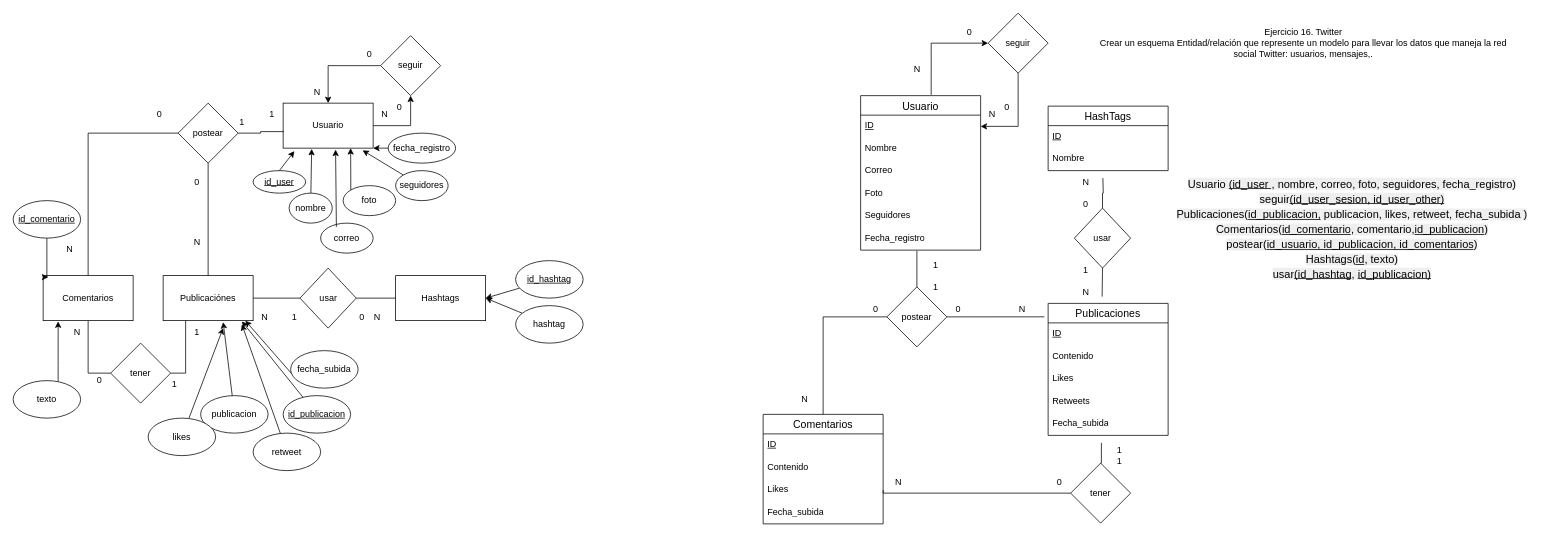
Earlier version of the draw.io diagram ej16.drawio (adriii28/amr-tsys-C3U12-11102023). Source tidied: cells renumbered, new cells numbered last; positions are measured from the earlier drawing's top-left corner, leaving out a move shared by most shapes. Both pictures are drawn from the tidied source at 75%, with x=0, y=0 at pixel (13, 13).
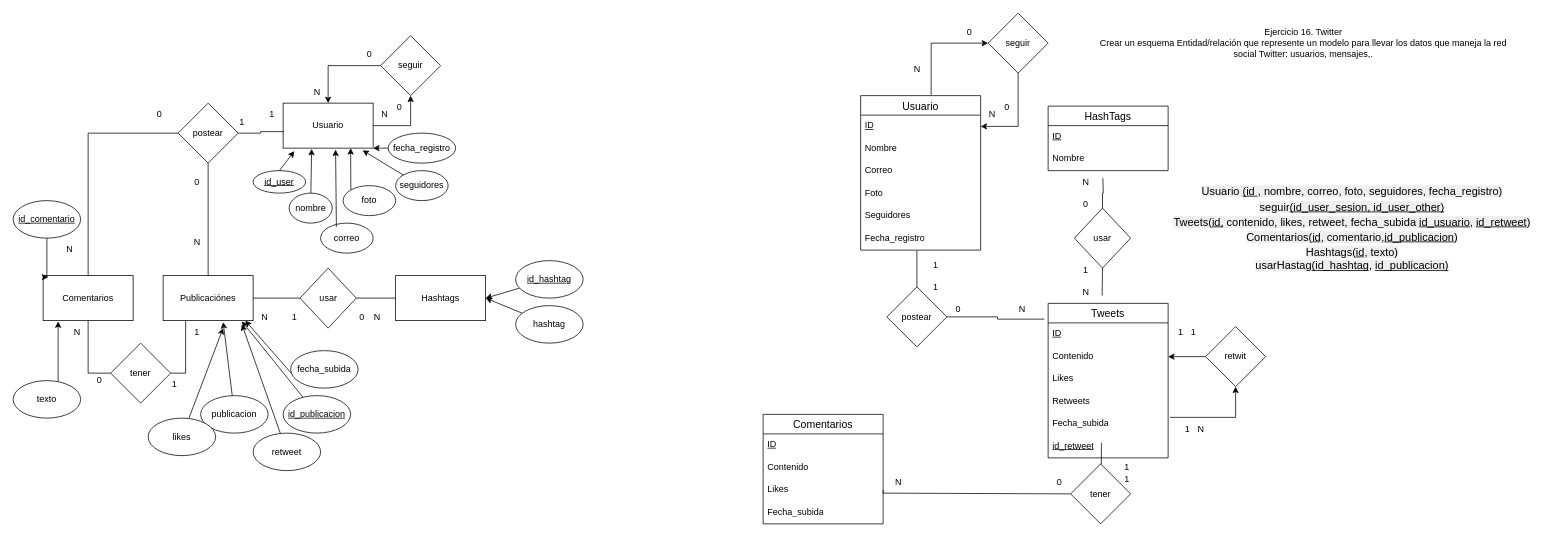
Above is the later version.

Unchanged cells that the change refers to:
```xml
<mxCell id="80" value="Contenido" style="text;strokeColor=none;fillColor=none;spacingLeft=4;spacingRight=4;overflow=hidden;points=[[0,0.5],[1,0.5]];portConstraint=eastwest;fontSize=12;whiteSpace=wrap;html=1;" parent="78" vertex="1">
  <mxGeometry y="56" width="160" height="30" as="geometry" />
</mxCell>
<mxCell id="83" value="Fecha_subida" style="text;strokeColor=none;fillColor=none;spacingLeft=4;spacingRight=4;overflow=hidden;points=[[0,0.5],[1,0.5]];portConstraint=eastwest;fontSize=12;whiteSpace=wrap;html=1;" parent="78" vertex="1">
  <mxGeometry y="146" width="160" height="30" as="geometry" />
</mxCell>
<mxCell id="84" value="Comentarios" style="swimlane;fontStyle=0;horizontal=1;startSize=26;align=center;fontSize=14;" parent="1" vertex="1">
  <mxGeometry x="1000" y="535" width="160" height="146" as="geometry" />
</mxCell>
<mxCell id="96" value="postear" style="rhombus;whiteSpace=wrap;html=1;" parent="1" vertex="1">
  <mxGeometry x="1165" y="365" width="80" height="80" as="geometry" />
</mxCell>
```

The edit, as a diff of the source:
```diff
@@
-    <mxCell id="78" value="Publicaciones" style="swimlane;fontStyle=0;horizontal=1;startSize=26;align=center;fontSize=14;" parent="1" vertex="1">
-      <mxGeometry x="1380" y="387" width="160" height="176" as="geometry" />
+    <mxCell id="78" value="Tweets" style="swimlane;fontStyle=0;horizontal=1;startSize=26;align=center;fontSize=14;" parent="1" vertex="1">
+      <mxGeometry x="1380" y="387" width="160" height="206" as="geometry" />
     </mxCell>
@@
+    <mxCell id="117" value="id_retweet" style="text;strokeColor=none;fillColor=none;spacingLeft=4;spacingRight=4;overflow=hidden;fontSize=12;whiteSpace=wrap;html=1;fontStyle=4;" parent="78" vertex="1">
+      <mxGeometry y="176" width="160" height="30" as="geometry" />
+    </mxCell>
@@
-    <mxCell id="95" style="edgeStyle=orthogonalEdgeStyle;rounded=0;jettySize=auto;html=1;entryX=0.5;entryY=0;entryDx=0;entryDy=0;endArrow=none;endFill=0;startArrow=none;startFill=0;" parent="1" edge="1" source="96" target="84">
-      <mxGeometry relative="1" as="geometry" />
-    </mxCell>
@@
-    <mxCell id="99" value="N" style="text;html=1;align=center;verticalAlign=middle;strokeColor=none;fillColor=none;" parent="1" vertex="1">
-      <mxGeometry x="1040" y="500" width="30" height="30" as="geometry" />
-    </mxCell>
@@
-    <mxCell id="101" value="0" style="text;html=1;align=center;verticalAlign=middle;strokeColor=none;fillColor=none;" parent="1" vertex="1">
-      <mxGeometry x="1135" y="380" width="30" height="30" as="geometry" />
-    </mxCell>
@@
     <mxCell id="103" value="tener" style="rhombus;whiteSpace=wrap;html=1;" parent="1" vertex="1">
-      <mxGeometry x="1410" y="600" width="80" height="80" as="geometry" />
+      <mxGeometry x="1410" y="601" width="80" height="80" as="geometry" />
     </mxCell>
@@
     <mxCell id="109" value="1&lt;br&gt;1" style="text;html=1;align=center;verticalAlign=middle;strokeColor=none;fillColor=none;" parent="1" vertex="1">
-      <mxGeometry x="1460" y="570" width="30" height="40" as="geometry" />
+      <mxGeometry x="1470" y="593" width="30" height="40" as="geometry" />
     </mxCell>
@@
-    <mxCell id="115" value="&lt;br id=&quot;docs-internal-guid-109eb377-7fff-d92d-d97a-817869d195b3&quot;&gt;&lt;p style=&quot;line-height:1.38;margin-top:0pt;margin-bottom:0pt;&quot; dir=&quot;ltr&quot;&gt;&lt;span style=&quot;font-size: 11pt; font-family: Arial, sans-serif; color: rgb(0, 0, 0); background-color: rgb(239, 239, 239); font-weight: 400; font-style: normal; font-variant: normal; text-decoration-skip-ink: none; vertical-align: baseline;&quot;&gt;Usuario &lt;/span&gt;&lt;span style=&quot;font-size: 11pt; font-family: Arial, sans-serif; color: rgb(0, 0, 0); background-color: rgb(239, 239, 239); font-weight: 400; font-style: normal; font-variant: normal; text-decoration: underline; text-decoration-skip-ink: none; vertical-align: baseline;&quot;&gt;(id_user &lt;/span&gt;&lt;span style=&quot;font-size: 11pt; font-family: Arial, sans-serif; color: rgb(0, 0, 0); background-color: rgb(239, 239, 239); font-weight: 400; font-style: normal; font-variant: normal; text-decoration: none; vertical-align: baseline;&quot;&gt;, nombre, correo, foto, seguidores, fecha_registro)&lt;/span&gt;&lt;/p&gt;&lt;p style=&quot;line-height:1.38;margin-top:0pt;margin-bottom:0pt;&quot; dir=&quot;ltr&quot;&gt;&lt;span style=&quot;font-size: 11pt; font-family: Arial, sans-serif; color: rgb(0, 0, 0); background-color: rgb(239, 239, 239); font-weight: 400; font-style: normal; font-variant: normal; text-decoration: none; vertical-align: baseline;&quot;&gt;seguir&lt;/span&gt;&lt;span style=&quot;font-size: 11pt; font-family: Arial, sans-serif; color: rgb(0, 0, 0); background-color: rgb(239, 239, 239); font-weight: 400; font-style: normal; font-variant: normal; text-decoration: underline; text-decoration-skip-ink: none; vertical-align: baseline;&quot;&gt;(id_user_sesion, id_user_other)&lt;/span&gt;&lt;/p&gt;&lt;p style=&quot;line-height:1.38;margin-top:0pt;margin-bottom:0pt;&quot; dir=&quot;ltr&quot;&gt;&lt;span style=&quot;font-size: 11pt; font-family: Arial, sans-serif; color: rgb(0, 0, 0); background-color: rgb(239, 239, 239); font-weight: 400; font-style: normal; font-variant: normal; text-decoration: none; vertical-align: baseline;&quot;&gt;Publicaciones(&lt;/span&gt;&lt;span style=&quot;font-size: 11pt; font-family: Arial, sans-serif; color: rgb(0, 0, 0); background-color: rgb(239, 239, 239); font-weight: 400; font-style: normal; font-variant: normal; text-decoration: underline; text-decoration-skip-ink: none; vertical-align: baseline;&quot;&gt;id_publicacion,&lt;/span&gt;&lt;span style=&quot;font-size: 11pt; font-family: Arial, sans-serif; color: rgb(0, 0, 0); background-color: rgb(239, 239, 239); font-weight: 400; font-style: normal; font-variant: normal; text-decoration: none; vertical-align: baseline;&quot;&gt; publicacion, likes, retweet, fecha_subida )&lt;/span&gt;&lt;/p&gt;&lt;p style=&quot;line-height:1.38;margin-top:0pt;margin-bottom:0pt;&quot; dir=&quot;ltr&quot;&gt;&lt;span style=&quot;font-size: 11pt; font-family: Arial, sans-serif; color: rgb(0, 0, 0); background-color: rgb(239, 239, 239); font-weight: 400; font-style: normal; font-variant: normal; text-decoration: none; vertical-align: baseline;&quot;&gt;Comentarios(&lt;/span&gt;&lt;span style=&quot;font-size: 11pt; font-family: Arial, sans-serif; color: rgb(0, 0, 0); background-color: rgb(239, 239, 239); font-weight: 400; font-style: normal; font-variant: normal; text-decoration: underline; text-decoration-skip-ink: none; vertical-align: baseline;&quot;&gt;id_comentario&lt;/span&gt;&lt;span style=&quot;font-size: 11pt; font-family: Arial, sans-serif; color: rgb(0, 0, 0); background-color: rgb(239, 239, 239); font-weight: 400; font-style: normal; font-variant: normal; text-decoration: none; vertical-align: baseline;&quot;&gt;, comentario,&lt;/span&gt;&lt;span style=&quot;font-size: 11pt; font-family: Arial, sans-serif; color: rgb(0, 0, 0); background-color: rgb(239, 239, 239); font-weight: 400; font-style: normal; font-variant: normal; text-decoration: underline; text-decoration-skip-ink: none; vertical-align: baseline;&quot;&gt;id_publicacion&lt;/span&gt;&lt;span style=&quot;font-size: 11pt; font-family: Arial, sans-serif; color: rgb(0, 0, 0); background-color: rgb(239, 239, 239); font-weight: 400; font-style: normal; font-variant: normal; text-decoration: none; vertical-align: baseline;&quot;&gt;)&lt;/span&gt;&lt;/p&gt;&lt;p style=&quot;line-height:1.38;margin-top:0pt;margin-bottom:0pt;&quot; dir=&quot;ltr&quot;&gt;&lt;span style=&quot;font-size: 11pt; font-family: Arial, sans-serif; color: rgb(0, 0, 0); background-color: rgb(239, 239, 239); font-weight: 400; font-style: normal; font-variant: normal; text-decoration: none; vertical-align: baseline;&quot;&gt;postear(&lt;/span&gt;&lt;span style=&quot;font-size: 11pt; font-family: Arial, sans-serif; color: rgb(0, 0, 0); background-color: rgb(239, 239, 239); font-weight: 400; font-style: normal; font-variant: normal; text-decoration: underline; text-decoration-skip-ink: none; vertical-align: baseline;&quot;&gt;id_usuario, id_publicacion, id_comentarios&lt;/span&gt;&lt;span style=&quot;font-size: 11pt; font-family: Arial, sans-serif; color: rgb(0, 0, 0); background-color: rgb(239, 239, 239); font-weight: 400; font-style: normal; font-variant: normal; text-decoration: none; vertical-align: baseline;&quot;&gt;)&lt;/span&gt;&lt;/p&gt;&lt;p style=&quot;line-height:1.38;margin-top:0pt;margin-bottom:0pt;&quot; dir=&quot;ltr&quot;&gt;&lt;span style=&quot;font-size: 11pt; font-family: Arial, sans-serif; color: rgb(0, 0, 0); background-color: rgb(239, 239, 239); font-weight: 400; font-style: normal; font-variant: normal; text-decoration: none; vertical-align: baseline;&quot;&gt;Hashtags(&lt;/span&gt;&lt;span style=&quot;font-size: 11pt; font-family: Arial, sans-serif; color: rgb(0, 0, 0); background-color: rgb(239, 239, 239); font-weight: 400; font-style: normal; font-variant: normal; text-decoration: underline; text-decoration-skip-ink: none; vertical-align: baseline;&quot;&gt;id&lt;/span&gt;&lt;span style=&quot;font-size: 11pt; font-family: Arial, sans-serif; color: rgb(0, 0, 0); background-color: rgb(239, 239, 239); font-weight: 400; font-style: normal; font-variant: normal; text-decoration: none; vertical-align: baseline;&quot;&gt;, texto)&lt;/span&gt;&lt;/p&gt;&lt;span style=&quot;font-size: 11pt; font-family: Arial, sans-serif; color: rgb(0, 0, 0); background-color: rgb(239, 239, 239); font-weight: 400; font-style: normal; font-variant: normal; text-decoration: none; vertical-align: baseline;&quot;&gt;usar&lt;/span&gt;&lt;span style=&quot;font-size: 11pt; font-family: Arial, sans-serif; color: rgb(0, 0, 0); background-color: rgb(239, 239, 239); font-weight: 400; font-style: normal; font-variant: normal; text-decoration: underline; text-decoration-skip-ink: none; vertical-align: baseline;&quot;&gt;(id_hashtag&lt;/span&gt;&lt;span style=&quot;font-size: 11pt; font-family: Arial, sans-serif; color: rgb(0, 0, 0); background-color: rgb(239, 239, 239); font-weight: 400; font-style: normal; font-variant: normal; text-decoration: none; vertical-align: baseline;&quot;&gt;, &lt;/span&gt;&lt;span style=&quot;font-size: 11pt; font-family: Arial, sans-serif; color: rgb(0, 0, 0); background-color: rgb(239, 239, 239); font-weight: 400; font-style: normal; font-variant: normal; text-decoration: underline; text-decoration-skip-ink: none; vertical-align: baseline;&quot;&gt;id_publicacion)&lt;/span&gt;" style="text;html=1;align=center;verticalAlign=middle;strokeColor=none;fillColor=none;" parent="1" vertex="1">
-      <mxGeometry x="1530" y="195" width="510" height="170" as="geometry" />
+    <mxCell id="115" value="&lt;br id=&quot;docs-internal-guid-109eb377-7fff-d92d-d97a-817869d195b3&quot;&gt;&lt;p style=&quot;line-height:1.38;margin-top:0pt;margin-bottom:0pt;&quot; dir=&quot;ltr&quot;&gt;&lt;span style=&quot;font-size: 11pt; font-family: Arial, sans-serif; color: rgb(0, 0, 0); background-color: rgb(239, 239, 239); font-weight: 400; font-style: normal; font-variant: normal; text-decoration-skip-ink: none; vertical-align: baseline;&quot;&gt;Usuario &lt;/span&gt;&lt;span style=&quot;font-size: 11pt; font-family: Arial, sans-serif; color: rgb(0, 0, 0); background-color: rgb(239, 239, 239); font-weight: 400; font-style: normal; font-variant: normal; text-decoration: underline; text-decoration-skip-ink: none; vertical-align: baseline;&quot;&gt;(id &lt;/span&gt;&lt;span style=&quot;font-size: 11pt; font-family: Arial, sans-serif; color: rgb(0, 0, 0); background-color: rgb(239, 239, 239); font-weight: 400; font-style: normal; font-variant: normal; text-decoration: none; vertical-align: baseline;&quot;&gt;, nombre, correo, foto, seguidores, fecha_registro)&lt;/span&gt;&lt;/p&gt;&lt;p style=&quot;line-height:1.38;margin-top:0pt;margin-bottom:0pt;&quot; dir=&quot;ltr&quot;&gt;&lt;span style=&quot;font-size: 11pt; font-family: Arial, sans-serif; color: rgb(0, 0, 0); background-color: rgb(239, 239, 239); font-weight: 400; font-style: normal; font-variant: normal; text-decoration: none; vertical-align: baseline;&quot;&gt;seguir&lt;/span&gt;&lt;span style=&quot;font-size: 11pt; font-family: Arial, sans-serif; color: rgb(0, 0, 0); background-color: rgb(239, 239, 239); font-weight: 400; font-style: normal; font-variant: normal; text-decoration: underline; text-decoration-skip-ink: none; vertical-align: baseline;&quot;&gt;(id_user_sesion, id_user_other)&lt;/span&gt;&lt;/p&gt;&lt;p style=&quot;line-height:1.38;margin-top:0pt;margin-bottom:0pt;&quot; dir=&quot;ltr&quot;&gt;&lt;span style=&quot;font-size: 11pt; font-family: Arial, sans-serif; color: rgb(0, 0, 0); background-color: rgb(239, 239, 239); font-weight: 400; font-style: normal; font-variant: normal; text-decoration: none; vertical-align: baseline;&quot;&gt;Tweets(&lt;/span&gt;&lt;span style=&quot;font-size: 11pt; font-family: Arial, sans-serif; color: rgb(0, 0, 0); background-color: rgb(239, 239, 239); font-weight: 400; font-style: normal; font-variant: normal; text-decoration: underline; text-decoration-skip-ink: none; vertical-align: baseline;&quot;&gt;id,&lt;/span&gt;&lt;span style=&quot;font-size: 11pt; font-family: Arial, sans-serif; color: rgb(0, 0, 0); background-color: rgb(239, 239, 239); font-weight: 400; font-style: normal; font-variant: normal; text-decoration: none; vertical-align: baseline;&quot;&gt; contenido, likes, retweet, fecha_subida &lt;u&gt;id_usuario&lt;/u&gt;, &lt;u&gt;id_retweet&lt;/u&gt;)&lt;/span&gt;&lt;/p&gt;&lt;p style=&quot;line-height:1.38;margin-top:0pt;margin-bottom:0pt;&quot; dir=&quot;ltr&quot;&gt;&lt;span style=&quot;font-size: 11pt; font-family: Arial, sans-serif; color: rgb(0, 0, 0); background-color: rgb(239, 239, 239); font-weight: 400; font-style: normal; font-variant: normal; text-decoration: none; vertical-align: baseline;&quot;&gt;Comentarios(&lt;/span&gt;&lt;span style=&quot;font-size: 11pt; font-family: Arial, sans-serif; color: rgb(0, 0, 0); background-color: rgb(239, 239, 239); font-weight: 400; font-style: normal; font-variant: normal; text-decoration: underline; text-decoration-skip-ink: none; vertical-align: baseline;&quot;&gt;id&lt;/span&gt;&lt;span style=&quot;font-size: 11pt; font-family: Arial, sans-serif; color: rgb(0, 0, 0); background-color: rgb(239, 239, 239); font-weight: 400; font-style: normal; font-variant: normal; text-decoration: none; vertical-align: baseline;&quot;&gt;, comentario,&lt;/span&gt;&lt;span style=&quot;font-size: 11pt; font-family: Arial, sans-serif; color: rgb(0, 0, 0); background-color: rgb(239, 239, 239); font-weight: 400; font-style: normal; font-variant: normal; text-decoration: underline; text-decoration-skip-ink: none; vertical-align: baseline;&quot;&gt;id_publicacion&lt;/span&gt;&lt;span style=&quot;font-size: 11pt; font-family: Arial, sans-serif; color: rgb(0, 0, 0); background-color: rgb(239, 239, 239); font-weight: 400; font-style: normal; font-variant: normal; text-decoration: none; vertical-align: baseline;&quot;&gt;)&lt;/span&gt;&lt;/p&gt;&lt;p style=&quot;line-height:1.38;margin-top:0pt;margin-bottom:0pt;&quot; dir=&quot;ltr&quot;&gt;&lt;span style=&quot;font-size: 11pt; font-family: Arial, sans-serif; color: rgb(0, 0, 0); background-color: rgb(239, 239, 239); font-weight: 400; font-style: normal; font-variant: normal; text-decoration: none; vertical-align: baseline;&quot;&gt;Hashtags(&lt;/span&gt;&lt;span style=&quot;font-size: 11pt; font-family: Arial, sans-serif; color: rgb(0, 0, 0); background-color: rgb(239, 239, 239); font-weight: 400; font-style: normal; font-variant: normal; text-decoration: underline; text-decoration-skip-ink: none; vertical-align: baseline;&quot;&gt;id&lt;/span&gt;&lt;span style=&quot;font-size: 11pt; font-family: Arial, sans-serif; color: rgb(0, 0, 0); background-color: rgb(239, 239, 239); font-weight: 400; font-style: normal; font-variant: normal; text-decoration: none; vertical-align: baseline;&quot;&gt;, texto)&lt;/span&gt;&lt;/p&gt;&lt;span style=&quot;font-size: 11pt; font-family: Arial, sans-serif; color: rgb(0, 0, 0); background-color: rgb(239, 239, 239); font-weight: 400; font-style: normal; font-variant: normal; text-decoration: none; vertical-align: baseline;&quot;&gt;usarHastag&lt;/span&gt;&lt;span style=&quot;font-size: 11pt; font-family: Arial, sans-serif; color: rgb(0, 0, 0); background-color: rgb(239, 239, 239); font-weight: 400; font-style: normal; font-variant: normal; text-decoration: underline; text-decoration-skip-ink: none; vertical-align: baseline;&quot;&gt;(id_hashtag&lt;/span&gt;&lt;span style=&quot;font-size: 11pt; font-family: Arial, sans-serif; color: rgb(0, 0, 0); background-color: rgb(239, 239, 239); font-weight: 400; font-style: normal; font-variant: normal; text-decoration: none; vertical-align: baseline;&quot;&gt;, &lt;/span&gt;&lt;span style=&quot;font-size: 11pt; font-family: Arial, sans-serif; color: rgb(0, 0, 0); background-color: rgb(239, 239, 239); font-weight: 400; font-style: normal; font-variant: normal; text-decoration: underline; text-decoration-skip-ink: none; vertical-align: baseline;&quot;&gt;id_publicacion)&lt;/span&gt;" style="text;html=1;align=center;verticalAlign=middle;strokeColor=none;fillColor=none;" parent="1" vertex="1">
+      <mxGeometry x="1535" y="205" width="500" height="150" as="geometry" />
     </mxCell>
@@
+    <mxCell id="118" style="edgeStyle=orthogonalEdgeStyle;rounded=0;jettySize=auto;html=1;entryX=1;entryY=0.5;entryDx=0;entryDy=0;" parent="1" edge="1" source="119" target="80">
+      <mxGeometry relative="1" as="geometry" />
+    </mxCell>
+    <mxCell id="119" value="retwit" style="rhombus;whiteSpace=wrap;html=1;" parent="1" vertex="1">
+      <mxGeometry x="1590" y="418" width="80" height="80" as="geometry" />
+    </mxCell>
+    <mxCell id="120" style="edgeStyle=orthogonalEdgeStyle;rounded=0;jettySize=auto;html=1;entryX=1.015;entryY=0.2;entryDx=0;entryDy=0;entryPerimeter=0;endArrow=none;endFill=0;startArrow=classic;startFill=1;" parent="1" edge="1" source="119" target="83">
+      <mxGeometry relative="1" as="geometry" />
+    </mxCell>
+    <mxCell id="121" value="1&amp;nbsp;&amp;nbsp; 1" style="text;html=1;align=center;verticalAlign=middle;strokeColor=none;fillColor=none;" parent="1" vertex="1">
+      <mxGeometry x="1540" y="410" width="50" height="30" as="geometry" />
+    </mxCell>
+    <mxCell id="122" value="1&amp;nbsp;&amp;nbsp; N" style="text;html=1;align=center;verticalAlign=middle;strokeColor=none;fillColor=none;" parent="1" vertex="1">
+      <mxGeometry x="1550" y="540" width="50" height="30" as="geometry" />
+    </mxCell>
```
